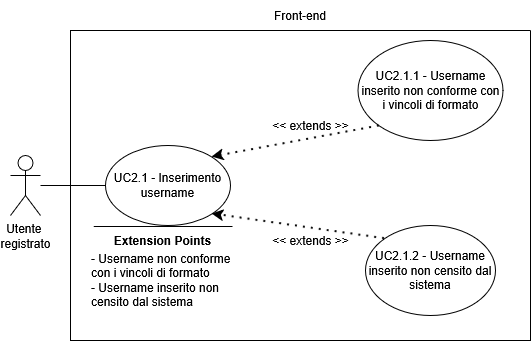
Before: assets/diagrams/UC2_1.png, a diagram exported from draw.io (SkarabGroup/DocumentazioneProgetto). Source tidied: cells renumbered, new cells last; positions are measured from the earlier drawing's top-left corner, leaving out a move shared by most shapes.
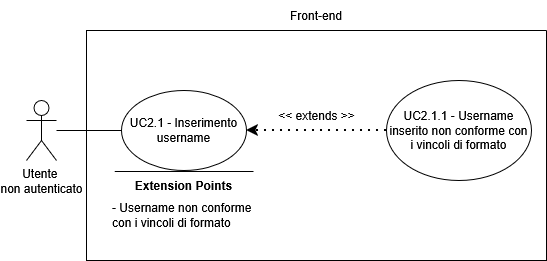
Later version of the same file.

The edit, as a diff of the source:
```diff
@@ -2,44 +2,35 @@
   <root>
     <mxCell id="0" />
     <mxCell id="1" parent="0" />
-    <mxCell id="2" value="&lt;div&gt;Utente&amp;nbsp;&lt;/div&gt;&lt;div&gt;registrato&lt;/div&gt;" style="shape=umlActor;verticalLabelPosition=bottom;verticalAlign=top;html=1;outlineConnect=0;" parent="1" vertex="1">
-      <mxGeometry y="155" width="30" height="60" as="geometry" />
+    <mxCell id="2" value="&lt;div&gt;Utente&amp;nbsp;&lt;/div&gt;&lt;div&gt;non autenticato&lt;/div&gt;" style="shape=umlActor;verticalLabelPosition=bottom;verticalAlign=top;html=1;outlineConnect=0;" parent="1" vertex="1">
+      <mxGeometry y="100" width="30" height="60" as="geometry" />
     </mxCell>
     <mxCell id="3" style="swimlane;startSize=0;" parent="1" vertex="1">
-      <mxGeometry x="60" y="30" width="460" height="310" as="geometry" />
+      <mxGeometry x="60" y="30" width="460" height="230" as="geometry" />
     </mxCell>
     <mxCell id="4" value="&lt;div&gt;UC2.1 - Inserimento username&lt;/div&gt;" style="ellipse;whiteSpace=wrap;html=1;" parent="3" vertex="1">
-      <mxGeometry x="35" y="115" width="125" height="80" as="geometry" />
+      <mxGeometry x="35" y="60" width="125" height="80" as="geometry" />
     </mxCell>
     <mxCell id="5" value="UC2.1.1 - Username inserito non conforme con i vincoli di formato" style="ellipse;whiteSpace=wrap;html=1;" parent="3" vertex="1">
-      <mxGeometry x="287.5" y="10" width="145" height="100" as="geometry" />
+      <mxGeometry x="300" y="50" width="145" height="100" as="geometry" />
     </mxCell>
-    <mxCell id="6" style="endArrow=classic;dashed=1;html=1;dashPattern=1 3;strokeWidth=2;rounded=0;entryX=1;entryY=0;entryDx=0;entryDy=0;exitX=0;exitY=1;exitDx=0;exitDy=0;strokeColor=default;curved=0;endFill=1;endSize=6;" parent="3" edge="1" source="5" target="4">
+    <mxCell id="6" style="endArrow=classic;dashed=1;html=1;dashPattern=1 3;strokeWidth=2;rounded=0;entryX=1;entryY=0.5;entryDx=0;entryDy=0;exitX=0;exitY=0.5;exitDx=0;exitDy=0;strokeColor=default;curved=0;endFill=1;endSize=6;" parent="3" edge="1" source="5" target="4">
       <mxGeometry relative="1" as="geometry" />
     </mxCell>
     <mxCell id="7" value="&lt;div&gt;&amp;lt;&amp;lt; extends &amp;gt;&amp;gt;&lt;/div&gt;" style="text;html=1;whiteSpace=wrap;strokeColor=none;fillColor=none;align=center;verticalAlign=middle;rounded=0;" parent="3" vertex="1">
-      <mxGeometry x="192.5" y="80" width="95" height="30" as="geometry" />
+      <mxGeometry x="182.5" y="70" width="95" height="30" as="geometry" />
     </mxCell>
-    <mxCell id="8" value="UC2.1.2 - Username inserito non censito dal sistema" style="ellipse;whiteSpace=wrap;html=1;" parent="3" vertex="1">
-      <mxGeometry x="295" y="195" width="130" height="90" as="geometry" />
-    </mxCell>
-    <mxCell id="9" style="endArrow=classic;dashed=1;html=1;dashPattern=1 3;strokeWidth=2;rounded=0;entryX=1;entryY=1;entryDx=0;entryDy=0;exitX=0;exitY=0;exitDx=0;exitDy=0;strokeColor=default;curved=0;endFill=1;endSize=6;" parent="3" edge="1" source="8" target="4">
-      <mxGeometry relative="1" as="geometry" />
-    </mxCell>
-    <mxCell id="10" value="&amp;lt;&amp;lt; extends &amp;gt;&amp;gt;" style="text;html=1;whiteSpace=wrap;strokeColor=none;fillColor=none;align=center;verticalAlign=middle;rounded=0;" parent="3" vertex="1">
-      <mxGeometry x="192.5" y="195" width="95" height="30" as="geometry" />
-    </mxCell>
     <mxCell id="11" style="endArrow=none;html=1;rounded=0;" parent="3" edge="1">
       <mxGeometry relative="1" as="geometry">
-        <mxPoint x="162" y="196" as="sourcePoint" />
-        <mxPoint x="23.2" y="196" as="targetPoint" />
+        <mxPoint x="167" y="141" as="sourcePoint" />
+        <mxPoint x="28.2" y="141" as="targetPoint" />
       </mxGeometry>
     </mxCell>
     <mxCell id="12" value="&lt;b&gt;Extension Points&lt;/b&gt;" style="text;html=1;whiteSpace=wrap;strokeColor=none;fillColor=none;align=center;verticalAlign=middle;rounded=0;strokeWidth=5;" parent="3" vertex="1">
-      <mxGeometry x="35" y="195" width="115" height="30" as="geometry" />
+      <mxGeometry x="40" y="140" width="115" height="30" as="geometry" />
     </mxCell>
-    <mxCell id="13" value="&lt;div align=&quot;left&quot;&gt;- Username non conforme con i vincoli di formato&lt;/div&gt;&lt;div align=&quot;left&quot;&gt;- Username inserito non censito dal sistema&lt;/div&gt;" style="text;html=1;whiteSpace=wrap;strokeColor=none;fillColor=none;align=left;verticalAlign=middle;rounded=0;" parent="3" vertex="1">
-      <mxGeometry x="19" y="205" width="147" height="90" as="geometry" />
+    <mxCell id="13" value="&lt;div align=&quot;left&quot;&gt;- Username non conforme con i vincoli di formato&lt;/div&gt;" style="text;html=1;whiteSpace=wrap;strokeColor=none;fillColor=none;align=left;verticalAlign=middle;rounded=0;" parent="3" vertex="1">
+      <mxGeometry x="24" y="140" width="147" height="90" as="geometry" />
     </mxCell>
     <mxCell id="14" style="endArrow=none;html=1;rounded=0;entryX=0;entryY=0.5;entryDx=0;entryDy=0;" parent="1" edge="1" source="2" target="4">
       <mxGeometry relative="1" as="geometry" />
```
